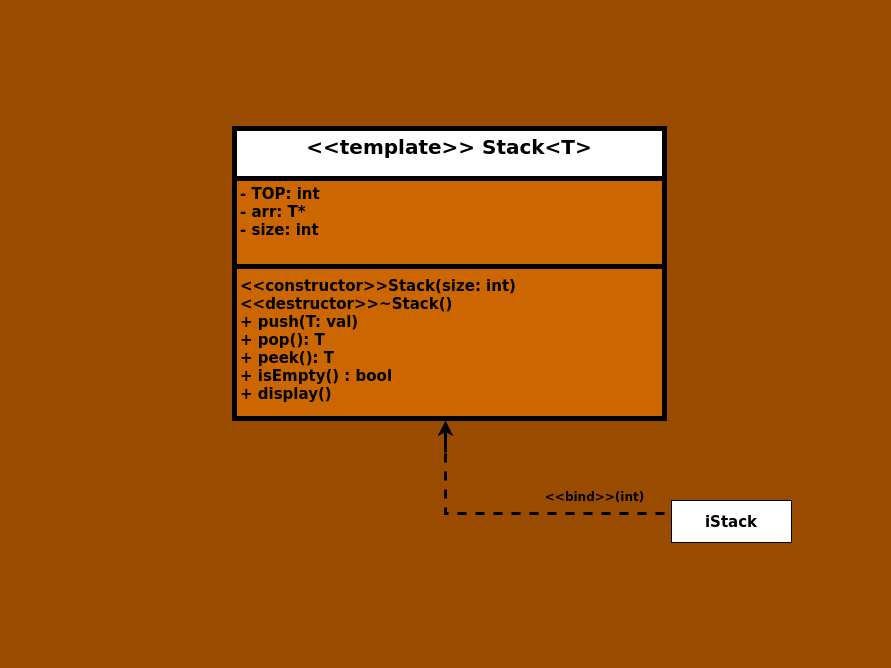
Earlier version of the draw.io export DataStructures/Stack/ExpEvaluation/classDiagram.png (Alsayed-Aldkhakhni/CPP). Source tidied: cells renumbered, new cells last; positions are measured from the earlier drawing's top-left corner, leaving out a move shared by most shapes.
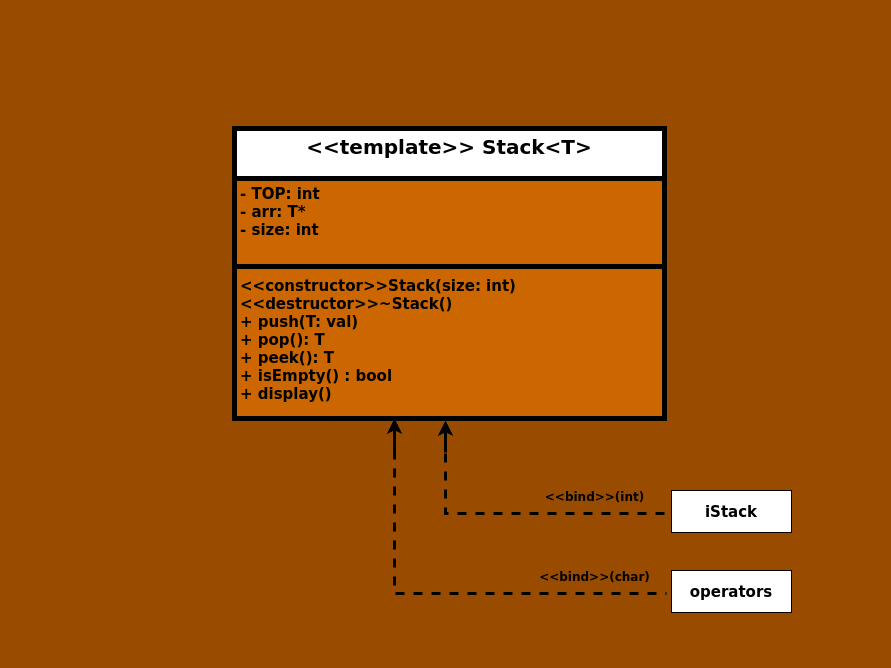
After the change.

Commit message:
UML class diagram, edited.

Diff of the diagram source:
```diff
@@ -30,7 +30,7 @@
       </mxGeometry>
     </mxCell>
     <mxCell id="10" value="&lt;b&gt;&lt;font style=&quot;font-size: 15px;&quot;&gt;iStack&lt;/font&gt;&lt;/b&gt;" style="rounded=0;whiteSpace=wrap;html=1;" parent="1" vertex="1">
-      <mxGeometry x="671" y="500" width="120" height="42" as="geometry" />
+      <mxGeometry x="671" y="490" width="120" height="42" as="geometry" />
     </mxCell>
     <mxCell id="11" style="endArrow=none;dashed=1;html=1;rounded=0;entryX=0;entryY=0.5;entryDx=0;entryDy=0;strokeWidth=3;" parent="1" edge="1">
       <mxGeometry relative="1" as="geometry">
@@ -47,5 +47,26 @@
     <mxCell id="13" value="&amp;nbsp;" style="text;html=1;align=center;verticalAlign=middle;strokeColor=none;fillColor=none;" parent="1" vertex="1">
       <mxGeometry x="860" y="338" width="30" height="30" as="geometry" />
     </mxCell>
+    <mxCell id="14" value="&lt;b&gt;&amp;lt;&amp;lt;bind&amp;gt;&amp;gt;(char)&lt;/b&gt;" style="text;html=1;align=center;verticalAlign=middle;strokeColor=none;fillColor=none;" parent="1" vertex="1">
+      <mxGeometry x="529" y="562" width="130" height="30" as="geometry" />
+    </mxCell>
+    <mxCell id="15" style="endArrow=classic;html=1;rounded=0;strokeWidth=3;" parent="1" edge="1">
+      <mxGeometry relative="1" as="geometry">
+        <mxPoint x="394" y="450" as="sourcePoint" />
+        <mxPoint x="394" y="418" as="targetPoint" />
+      </mxGeometry>
+    </mxCell>
+    <mxCell id="16" value="&lt;b&gt;&lt;font style=&quot;font-size: 15px;&quot;&gt;operators&lt;/font&gt;&lt;/b&gt;" style="rounded=0;whiteSpace=wrap;html=1;" parent="1" vertex="1">
+      <mxGeometry x="671" y="570" width="120" height="42" as="geometry" />
+    </mxCell>
+    <mxCell id="17" style="endArrow=none;dashed=1;html=1;rounded=0;entryX=0;entryY=0.5;entryDx=0;entryDy=0;strokeWidth=3;" parent="1" edge="1">
+      <mxGeometry relative="1" as="geometry">
+        <mxPoint x="394" y="450" as="sourcePoint" />
+        <mxPoint x="666" y="593" as="targetPoint" />
+        <Array as="points">
+          <mxPoint x="394" y="593" />
+        </Array>
+      </mxGeometry>
+    </mxCell>
   </root>
 </mxGraphModel>
```
